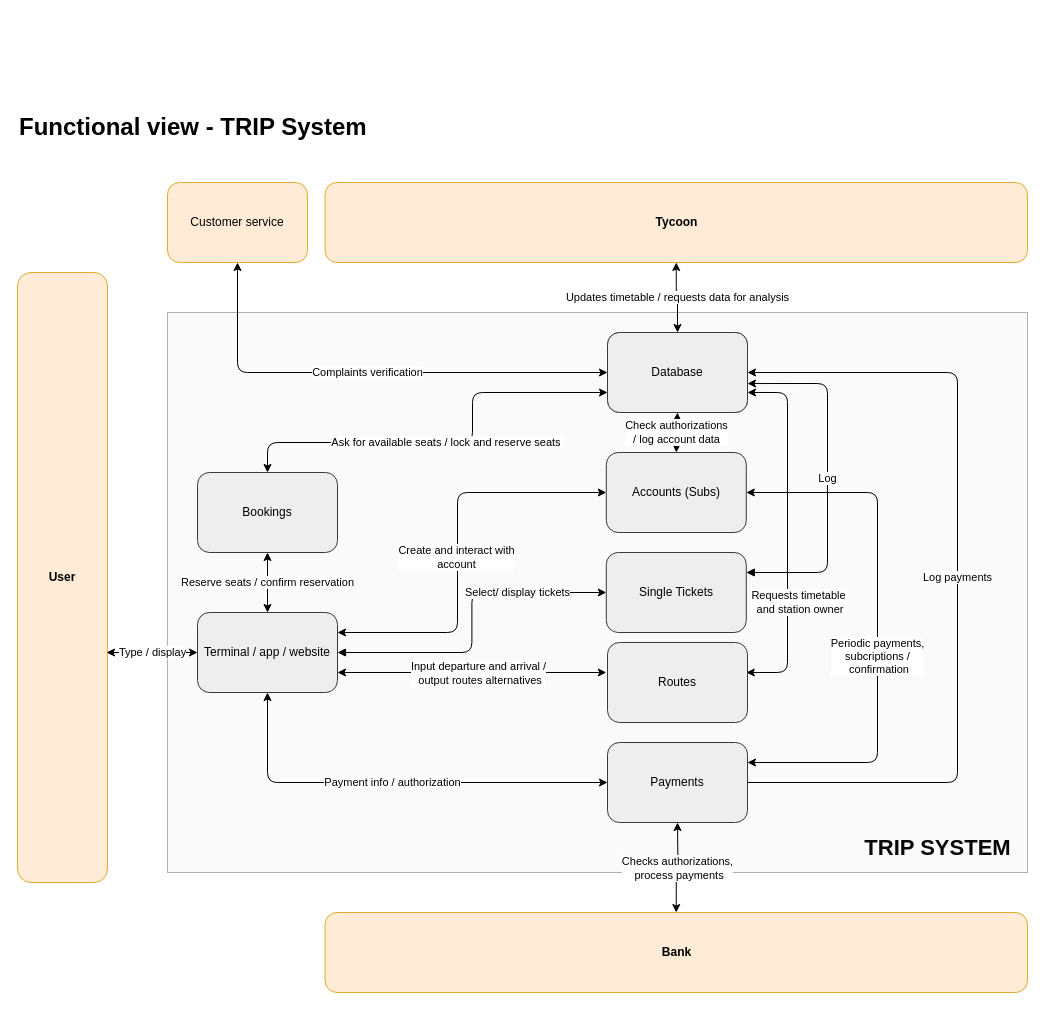
Before: drawings/views_draft3/functional_view.drawio in aleCombi/SoftwareArchitecture, a draw.io diagram. Source tidied: cells renumbered, new cells numbered last; positions are measured from the earlier drawing's top-left corner, leaving out a move shared by most shapes. Both pictures are drawn from the tidied source at 100%, with x=0, y=0 at pixel (17, 112).
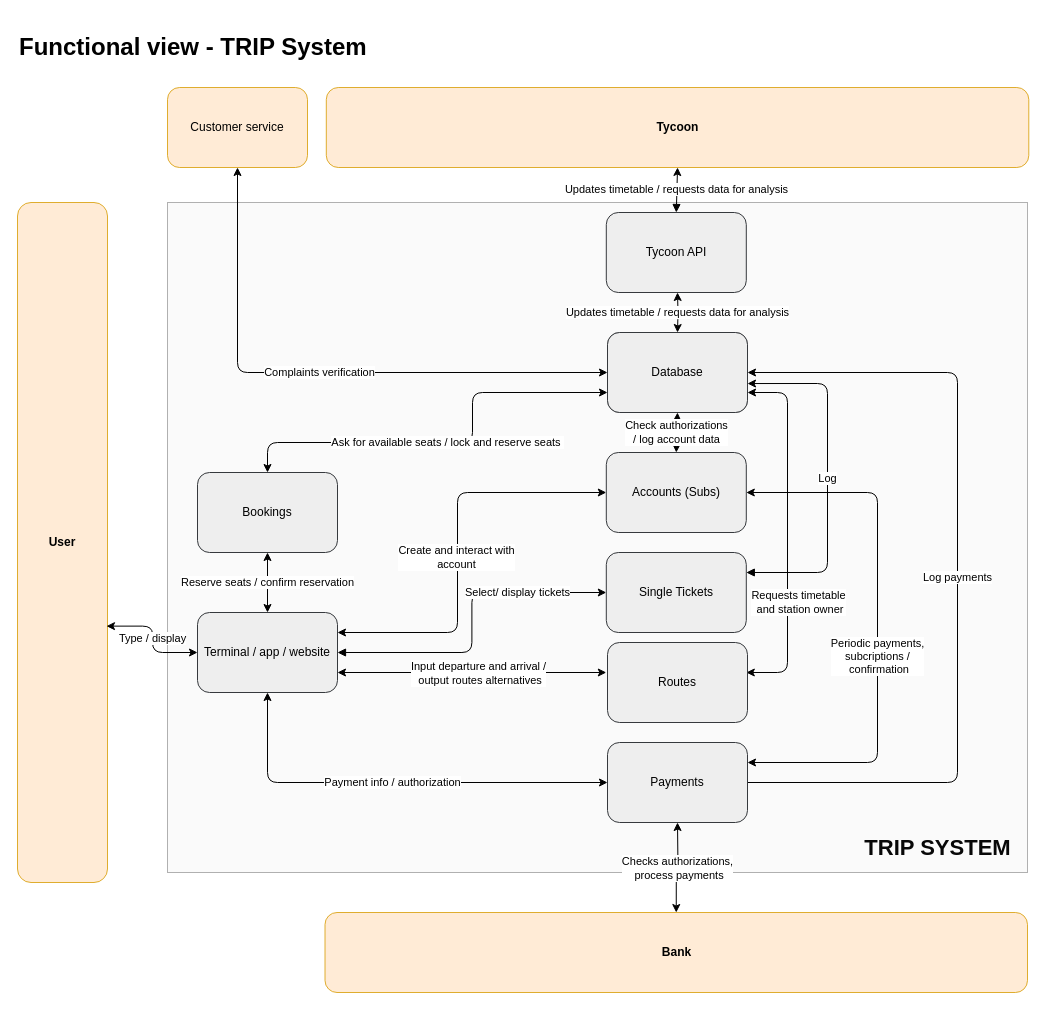
The same page after the edit.

Commit message (it also covers changes not shown here):
Updated functional and information view with tycoon api

Unchanged cells that the change refers to:
```xml
<mxCell id="5" value="Database" style="rounded=1;whiteSpace=wrap;html=1;fillColor=#f5f5f5;strokeColor=#666666;gradientColor=#b3b3b3;" parent="1" vertex="1">
  <mxGeometry x="590" y="220" width="140" height="80" as="geometry" />
</mxCell>
```

Change to the diagram source:
```diff
@@
     <mxCell id="2" style="whiteSpace=wrap;html=1;shadow=0;glass=0;sketch=0;opacity=50;fillColor=#f5f5f5;strokeColor=#666666;fontColor=#333333;" parent="1" vertex="1">
-      <mxGeometry x="150" y="200" width="860" height="560" as="geometry" />
+      <mxGeometry x="150" y="90" width="860" height="670" as="geometry" />
     </mxCell>
     <mxCell id="3" value="&lt;b&gt;User&lt;/b&gt;" style="rounded=1;whiteSpace=wrap;html=1;fillColor=#ffe6cc;strokeColor=#d79b00;opacity=80;" parent="1" vertex="1">
-      <mxGeometry y="160" width="90" height="610" as="geometry" />
+      <mxGeometry y="90" width="90" height="680" as="geometry" />
     </mxCell>
@@
     <mxCell id="24" value="Customer service" style="rounded=1;whiteSpace=wrap;html=1;fillColor=#ffe6cc;strokeColor=#d79b00;opacity=80;" parent="1" vertex="1">
-      <mxGeometry x="150" y="70" width="140" height="80" as="geometry" />
+      <mxGeometry x="150" y="-25" width="140" height="80" as="geometry" />
     </mxCell>
-    <mxCell id="25" value="Updates timetable / requests data for analysis" style="edgeStyle=orthogonalEdgeStyle;html=1;exitX=0.5;exitY=1;exitDx=0;exitDy=0;entryX=0.5;entryY=0;entryDx=0;entryDy=0;startArrow=classic;startFill=1;" parent="1" edge="1" source="26" target="5">
-      <mxGeometry relative="1" as="geometry" />
+    <mxCell id="25" value="Updates timetable / requests data for analysis" style="edgeStyle=orthogonalEdgeStyle;html=1;entryX=0.5;entryY=0;entryDx=0;entryDy=0;startArrow=classic;startFill=1;" parent="1" edge="1" target="5">
+      <mxGeometry relative="1" as="geometry">
+        <mxPoint x="660" y="180" as="sourcePoint" />
+      </mxGeometry>
     </mxCell>
     <mxCell id="26" value="&lt;b&gt;Tycoon&lt;/b&gt;" style="rounded=1;whiteSpace=wrap;html=1;fillColor=#ffe6cc;strokeColor=#d79b00;opacity=80;" parent="1" vertex="1">
-      <mxGeometry x="307.5" y="70" width="702.5" height="80" as="geometry" />
+      <mxGeometry x="308.8" y="-25" width="702.5" height="80" as="geometry" />
     </mxCell>
     <mxCell id="27" value="&lt;h1&gt;Functional view - TRIP System&lt;/h1&gt;" style="text;strokeColor=none;align=left;fillColor=none;html=1;verticalAlign=middle;whiteSpace=wrap;rounded=0;" parent="1" vertex="1">
-      <mxGeometry width="670" height="30" as="geometry" />
+      <mxGeometry y="-80" width="670" height="30" as="geometry" />
     </mxCell>
@@
+    <mxCell id="35" value="Updates timetable / requests data for analysis" style="edgeStyle=none;html=1;exitX=0.5;exitY=0;exitDx=0;exitDy=0;entryX=0.5;entryY=1;entryDx=0;entryDy=0;startArrow=block;startFill=1;" parent="1" edge="1" source="36" target="26">
+      <mxGeometry relative="1" as="geometry" />
+    </mxCell>
+    <mxCell id="36" value="Tycoon API" style="rounded=1;whiteSpace=wrap;html=1;fillColor=#eeeeee;strokeColor=#36393d;" parent="1" vertex="1">
+      <mxGeometry x="588.8" y="100" width="140" height="80" as="geometry" />
+    </mxCell>
```
